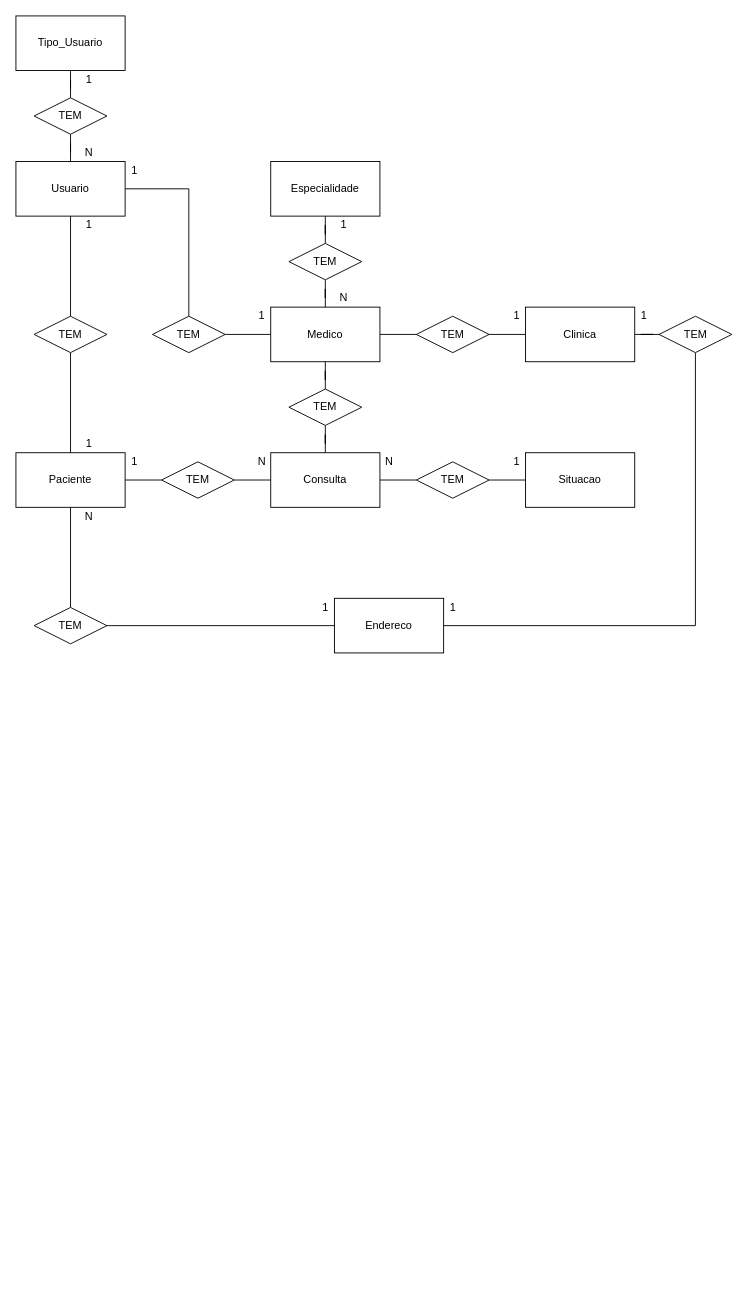
The draw.io diagram page "CONCEITUAL" (1 of 2) of Modelagem/ProjetoSPMedicalGroup.drawio in alexandre-ls94/Projeto-SPMedicalGroup, before the edit. Source tidied: cells renumbered, new cells numbered last; positions are measured from the earlier drawing's top-left corner, leaving out a move shared by most shapes. Both pictures are drawn from the tidied source at 91%, with x=0, y=0 at pixel (15, 15).
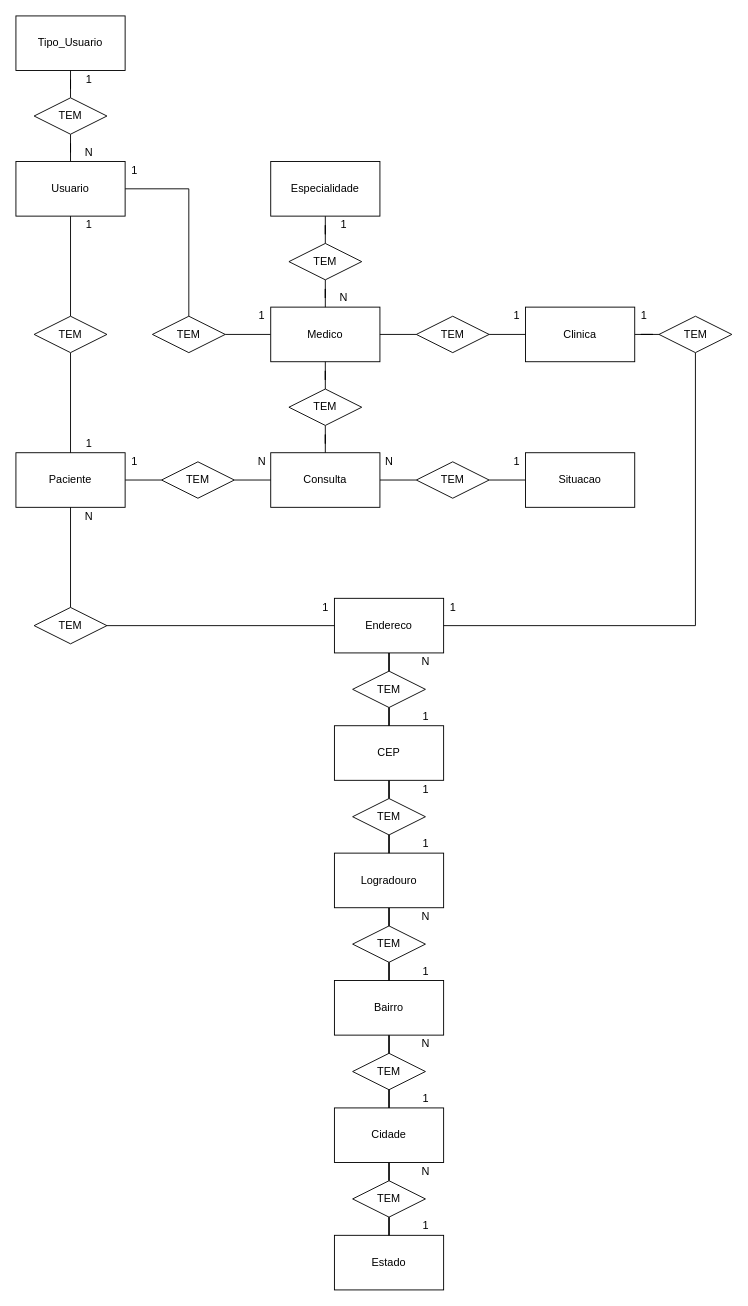
The same diagram, later.

Unchanged cells that the change refers to:
```xml
<mxCell id="16" value="Endereco" style="rounded=0;whiteSpace=wrap;html=1;" parent="1" vertex="1">
  <mxGeometry x="350" y="640" width="120" height="60" as="geometry" />
</mxCell>
```

Diff of the diagram source:
```diff
@@
+    <mxCell id="58" style="edgeStyle=orthogonalEdgeStyle;rounded=0;jettySize=auto;html=1;endArrow=none;endFill=0;" parent="1" edge="1" source="16" target="68">
+      <mxGeometry relative="1" as="geometry" />
+    </mxCell>
@@
+    <mxCell id="59" style="edgeStyle=orthogonalEdgeStyle;rounded=0;jettySize=auto;html=1;endArrow=none;endFill=0;" parent="1" edge="1" source="60" target="70">
+      <mxGeometry relative="1" as="geometry" />
+    </mxCell>
+    <mxCell id="60" value="CEP" style="rounded=0;whiteSpace=wrap;html=1;" parent="1" vertex="1">
+      <mxGeometry x="350" y="780" width="120" height="60" as="geometry" />
+    </mxCell>
+    <mxCell id="61" style="edgeStyle=orthogonalEdgeStyle;rounded=0;jettySize=auto;html=1;endArrow=none;endFill=0;" parent="1" edge="1" source="62" target="72">
+      <mxGeometry relative="1" as="geometry" />
+    </mxCell>
+    <mxCell id="62" value="Logradouro" style="rounded=0;whiteSpace=wrap;html=1;" parent="1" vertex="1">
+      <mxGeometry x="350" y="920" width="120" height="60" as="geometry" />
+    </mxCell>
+    <mxCell id="63" style="edgeStyle=orthogonalEdgeStyle;rounded=0;jettySize=auto;html=1;endArrow=none;endFill=0;" parent="1" edge="1" source="64" target="74">
+      <mxGeometry relative="1" as="geometry" />
+    </mxCell>
+    <mxCell id="64" value="Bairro" style="rounded=0;whiteSpace=wrap;html=1;" parent="1" vertex="1">
+      <mxGeometry x="350" y="1060" width="120" height="60" as="geometry" />
+    </mxCell>
+    <mxCell id="65" style="edgeStyle=orthogonalEdgeStyle;rounded=0;jettySize=auto;html=1;endArrow=none;endFill=0;" parent="1" edge="1" source="66" target="85">
+      <mxGeometry relative="1" as="geometry" />
+    </mxCell>
+    <mxCell id="66" value="Cidade" style="rounded=0;whiteSpace=wrap;html=1;" parent="1" vertex="1">
+      <mxGeometry x="350" y="1200" width="120" height="60" as="geometry" />
+    </mxCell>
+    <mxCell id="67" style="edgeStyle=orthogonalEdgeStyle;rounded=0;jettySize=auto;html=1;endArrow=none;endFill=0;" parent="1" edge="1" source="68" target="60">
+      <mxGeometry relative="1" as="geometry" />
+    </mxCell>
+    <mxCell id="68" value="TEM" style="rhombus;whiteSpace=wrap;html=1;" parent="1" vertex="1">
+      <mxGeometry x="370" y="720" width="80" height="40" as="geometry" />
+    </mxCell>
+    <mxCell id="69" style="edgeStyle=orthogonalEdgeStyle;rounded=0;jettySize=auto;html=1;endArrow=none;endFill=0;" parent="1" edge="1" source="70" target="62">
+      <mxGeometry relative="1" as="geometry" />
+    </mxCell>
+    <mxCell id="70" value="TEM" style="rhombus;whiteSpace=wrap;html=1;" parent="1" vertex="1">
+      <mxGeometry x="370" y="860" width="80" height="40" as="geometry" />
+    </mxCell>
+    <mxCell id="71" style="edgeStyle=orthogonalEdgeStyle;rounded=0;jettySize=auto;html=1;endArrow=none;endFill=0;" parent="1" edge="1" source="72" target="64">
+      <mxGeometry relative="1" as="geometry" />
+    </mxCell>
+    <mxCell id="72" value="TEM" style="rhombus;whiteSpace=wrap;html=1;" parent="1" vertex="1">
+      <mxGeometry x="370" y="1000" width="80" height="40" as="geometry" />
+    </mxCell>
+    <mxCell id="73" style="edgeStyle=orthogonalEdgeStyle;rounded=0;jettySize=auto;html=1;endArrow=none;endFill=0;" parent="1" edge="1" source="74" target="66">
+      <mxGeometry relative="1" as="geometry" />
+    </mxCell>
+    <mxCell id="74" value="TEM" style="rhombus;whiteSpace=wrap;html=1;" parent="1" vertex="1">
+      <mxGeometry x="370" y="1140" width="80" height="40" as="geometry" />
+    </mxCell>
+    <mxCell id="75" value="1" style="text;html=1;align=center;verticalAlign=middle;" parent="1" vertex="1">
+      <mxGeometry x="440" y="760" width="20" height="20" as="geometry" />
+    </mxCell>
+    <mxCell id="76" value="N" style="text;html=1;align=center;verticalAlign=middle;" parent="1" vertex="1">
+      <mxGeometry x="440" y="700" width="20" height="20" as="geometry" />
+    </mxCell>
+    <mxCell id="77" value="1" style="text;html=1;align=center;verticalAlign=middle;" parent="1" vertex="1">
+      <mxGeometry x="440" y="900" width="20" height="20" as="geometry" />
+    </mxCell>
+    <mxCell id="78" value="1" style="text;html=1;align=center;verticalAlign=middle;" parent="1" vertex="1">
+      <mxGeometry x="440" y="840" width="20" height="20" as="geometry" />
+    </mxCell>
+    <mxCell id="79" value="1" style="text;html=1;align=center;verticalAlign=middle;" parent="1" vertex="1">
+      <mxGeometry x="440" y="1040" width="20" height="20" as="geometry" />
+    </mxCell>
+    <mxCell id="80" value="N" style="text;html=1;align=center;verticalAlign=middle;" parent="1" vertex="1">
+      <mxGeometry x="440" y="980" width="20" height="20" as="geometry" />
+    </mxCell>
+    <mxCell id="81" value="1" style="text;html=1;align=center;verticalAlign=middle;" parent="1" vertex="1">
+      <mxGeometry x="440" y="1180" width="20" height="20" as="geometry" />
+    </mxCell>
+    <mxCell id="82" value="N" style="text;html=1;align=center;verticalAlign=middle;" parent="1" vertex="1">
+      <mxGeometry x="440" y="1120" width="20" height="20" as="geometry" />
+    </mxCell>
+    <mxCell id="83" value="Estado" style="rounded=0;whiteSpace=wrap;html=1;" parent="1" vertex="1">
+      <mxGeometry x="350" y="1340" width="120" height="60" as="geometry" />
+    </mxCell>
+    <mxCell id="84" style="edgeStyle=orthogonalEdgeStyle;rounded=0;jettySize=auto;html=1;endArrow=none;endFill=0;" parent="1" edge="1" source="85" target="83">
+      <mxGeometry relative="1" as="geometry" />
+    </mxCell>
+    <mxCell id="85" value="TEM" style="rhombus;whiteSpace=wrap;html=1;" parent="1" vertex="1">
+      <mxGeometry x="370" y="1280" width="80" height="40" as="geometry" />
+    </mxCell>
+    <mxCell id="86" value="1" style="text;html=1;align=center;verticalAlign=middle;" parent="1" vertex="1">
+      <mxGeometry x="440" y="1320" width="20" height="20" as="geometry" />
+    </mxCell>
+    <mxCell id="87" value="N" style="text;html=1;align=center;verticalAlign=middle;" parent="1" vertex="1">
+      <mxGeometry x="440" y="1260" width="20" height="20" as="geometry" />
+    </mxCell>
```
